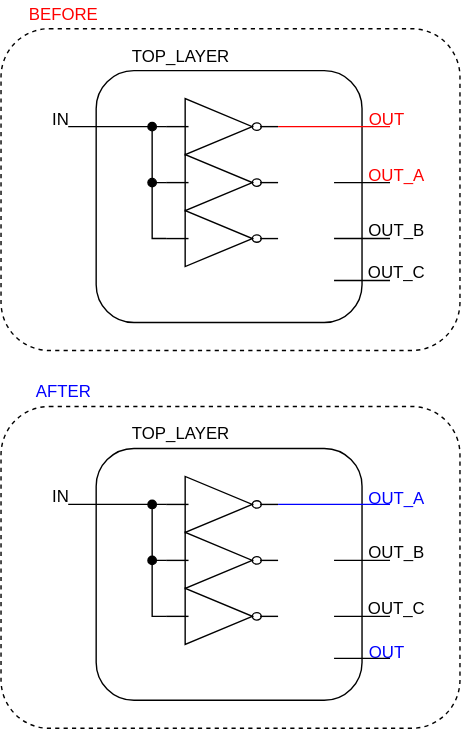
Above: figures/dark-mode/rewire_scripts/replace_port.drawio.svg in AlbertHansen/TripleModularRedundancyTool_developer_guide (draw.io), before the change. Source tidied: cells renumbered, new cells last; positions are measured from the earlier drawing's top-left corner, leaving out a move shared by most shapes.
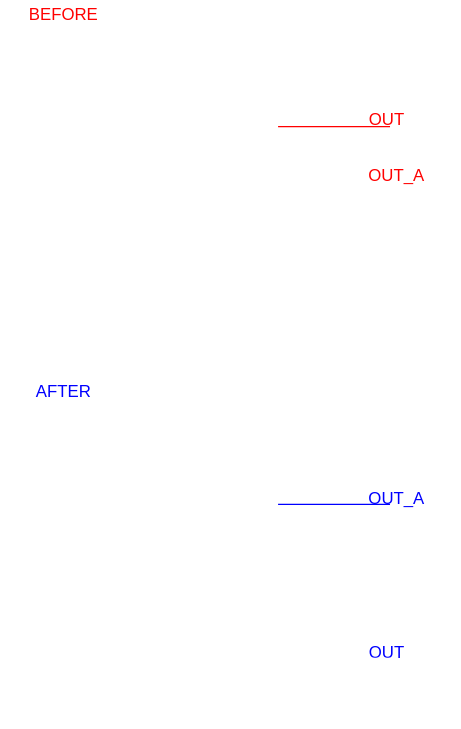
After the change.

What changed in the source:
```diff
@@ -2,35 +2,35 @@
   <root>
     <mxCell id="0" />
     <mxCell id="1" parent="0" />
-    <mxCell id="2" style="rounded=1;whiteSpace=wrap;fontColor=#FF0000;fillColor=none;dashed=1;" parent="1" vertex="1">
+    <mxCell id="2" style="rounded=1;whiteSpace=wrap;fontColor=#FF0000;fillColor=none;dashed=1;strokeColor=#FFFFFF;" parent="1" vertex="1">
       <mxGeometry y="20" width="328" height="230" as="geometry" />
     </mxCell>
-    <mxCell id="3" style="rounded=1;whiteSpace=wrap;fillColor=none;" parent="1" vertex="1">
+    <mxCell id="3" style="rounded=1;whiteSpace=wrap;fillColor=none;strokeColor=#FFFFFF;" parent="1" vertex="1">
       <mxGeometry x="68" y="50" width="190" height="180" as="geometry" />
     </mxCell>
-    <mxCell id="4" style="edgeStyle=orthogonalEdgeStyle;rounded=0;exitX=0;exitY=0.5;exitDx=0;exitDy=0;exitPerimeter=0;endArrow=oval;endFill=1;" parent="1" edge="1" source="5">
+    <mxCell id="4" style="edgeStyle=orthogonalEdgeStyle;rounded=0;exitX=0;exitY=0.5;exitDx=0;exitDy=0;exitPerimeter=0;endArrow=oval;endFill=1;strokeColor=#FFFFFF;" parent="1" edge="1" source="5">
       <mxGeometry relative="1" as="geometry">
         <mxPoint x="108" y="130" as="targetPoint" />
       </mxGeometry>
     </mxCell>
-    <mxCell id="5" style="verticalLabelPosition=bottom;shadow=0;dashed=0;align=center;verticalAlign=top;shape=mxgraph.electrical.logic_gates.inverter_2;fillColor=none;" parent="1" vertex="1">
+    <mxCell id="5" style="verticalLabelPosition=bottom;shadow=0;dashed=0;align=center;verticalAlign=top;shape=mxgraph.electrical.logic_gates.inverter_2;fillColor=none;strokeColor=#FFFFFF;" parent="1" vertex="1">
       <mxGeometry x="118" y="150" width="80" height="40" as="geometry" />
     </mxCell>
-    <mxCell id="6" style="edgeStyle=orthogonalEdgeStyle;exitX=0;exitY=0.5;exitDx=0;exitDy=0;exitPerimeter=0;rounded=0;endArrow=oval;endFill=1;" parent="1" edge="1" source="7">
+    <mxCell id="6" style="edgeStyle=orthogonalEdgeStyle;exitX=0;exitY=0.5;exitDx=0;exitDy=0;exitPerimeter=0;rounded=0;endArrow=oval;endFill=1;strokeColor=#FFFFFF;" parent="1" edge="1" source="7">
       <mxGeometry relative="1" as="geometry">
         <mxPoint x="108" y="90" as="targetPoint" />
       </mxGeometry>
     </mxCell>
-    <mxCell id="7" style="verticalLabelPosition=bottom;shadow=0;dashed=0;align=center;verticalAlign=top;shape=mxgraph.electrical.logic_gates.inverter_2;fillColor=none;" parent="1" vertex="1">
+    <mxCell id="7" style="verticalLabelPosition=bottom;shadow=0;dashed=0;align=center;verticalAlign=top;shape=mxgraph.electrical.logic_gates.inverter_2;fillColor=none;strokeColor=#FFFFFF;" parent="1" vertex="1">
       <mxGeometry x="118" y="110" width="80" height="40" as="geometry" />
     </mxCell>
-    <mxCell id="8" style="verticalLabelPosition=bottom;shadow=0;dashed=0;align=center;verticalAlign=top;shape=mxgraph.electrical.logic_gates.inverter_2;fillColor=none;" parent="1" vertex="1">
+    <mxCell id="8" style="verticalLabelPosition=bottom;shadow=0;dashed=0;align=center;verticalAlign=top;shape=mxgraph.electrical.logic_gates.inverter_2;fillColor=none;strokeColor=#FFFFFF;" parent="1" vertex="1">
       <mxGeometry x="118" y="70" width="80" height="40" as="geometry" />
     </mxCell>
-    <mxCell id="9" value="TOP_LAYER" style="text;strokeColor=none;fillColor=none;align=left;verticalAlign=middle;spacingLeft=4;spacingRight=4;overflow=hidden;whiteSpace=wrap;" parent="1" vertex="1">
+    <mxCell id="9" value="TOP_LAYER" style="text;strokeColor=none;fillColor=none;align=left;verticalAlign=middle;spacingLeft=4;spacingRight=4;overflow=hidden;whiteSpace=wrap;fontColor=#FFFFFF;" parent="1" vertex="1">
       <mxGeometry x="88" y="30" width="80" height="20" as="geometry" />
     </mxCell>
-    <mxCell id="10" style="endArrow=none;entryX=0;entryY=0.5;entryDx=0;entryDy=0;entryPerimeter=0;" parent="1" edge="1" target="8">
+    <mxCell id="10" style="endArrow=none;entryX=0;entryY=0.5;entryDx=0;entryDy=0;entryPerimeter=0;strokeColor=#FFFFFF;" parent="1" edge="1" target="8">
       <mxGeometry relative="1" as="geometry">
         <mxPoint x="48" y="90" as="sourcePoint" />
       </mxGeometry>
@@ -41,13 +41,13 @@
         <mxPoint x="278" y="90" as="targetPoint" />
       </mxGeometry>
     </mxCell>
-    <mxCell id="12" style="endArrow=none;" parent="1" edge="1">
+    <mxCell id="12" style="endArrow=none;strokeColor=#FFFFFF;" parent="1" edge="1">
       <mxGeometry relative="1" as="geometry">
         <mxPoint x="238" y="130" as="sourcePoint" />
         <mxPoint x="278" y="130" as="targetPoint" />
       </mxGeometry>
     </mxCell>
-    <mxCell id="13" style="endArrow=none;" parent="1" edge="1">
+    <mxCell id="13" style="endArrow=none;strokeColor=#FFFFFF;" parent="1" edge="1">
       <mxGeometry relative="1" as="geometry">
         <mxPoint x="238" y="170" as="sourcePoint" />
         <mxPoint x="278" y="170" as="targetPoint" />
@@ -56,19 +56,19 @@
     <mxCell id="14" value="OUT_A" style="text;strokeColor=none;fillColor=none;align=center;verticalAlign=middle;whiteSpace=wrap;rounded=0;fontColor=#FF0000;" parent="1" vertex="1">
       <mxGeometry x="258" y="120" width="50" height="10" as="geometry" />
     </mxCell>
-    <mxCell id="15" value="OUT_B" style="text;strokeColor=none;fillColor=none;align=center;verticalAlign=middle;whiteSpace=wrap;rounded=0;" parent="1" vertex="1">
+    <mxCell id="15" value="OUT_B" style="text;strokeColor=none;fillColor=none;align=center;verticalAlign=middle;whiteSpace=wrap;rounded=0;fontColor=#FFFFFF;" parent="1" vertex="1">
       <mxGeometry x="258" y="160" width="50" height="10" as="geometry" />
     </mxCell>
-    <mxCell id="16" value="OUT_C" style="text;strokeColor=none;fillColor=none;align=center;verticalAlign=middle;whiteSpace=wrap;rounded=0;" parent="1" vertex="1">
+    <mxCell id="16" value="OUT_C" style="text;strokeColor=none;fillColor=none;align=center;verticalAlign=middle;whiteSpace=wrap;rounded=0;fontColor=#FFFFFF;" parent="1" vertex="1">
       <mxGeometry x="258" y="190" width="50" height="10" as="geometry" />
     </mxCell>
-    <mxCell id="17" value="IN" style="text;strokeColor=none;fillColor=none;align=center;verticalAlign=middle;whiteSpace=wrap;rounded=0;" parent="1" vertex="1">
+    <mxCell id="17" value="IN" style="text;strokeColor=none;fillColor=none;align=center;verticalAlign=middle;whiteSpace=wrap;rounded=0;fontColor=#FFFFFF;" parent="1" vertex="1">
       <mxGeometry x="28" y="80" width="30" height="10" as="geometry" />
     </mxCell>
     <mxCell id="18" value="BEFORE" style="text;strokeColor=none;fillColor=none;align=center;verticalAlign=middle;whiteSpace=wrap;rounded=0;dashed=1;fontColor=#FF0000;" parent="1" vertex="1">
       <mxGeometry x="15" width="60" height="20" as="geometry" />
     </mxCell>
-    <mxCell id="19" style="endArrow=none;" parent="1" edge="1">
+    <mxCell id="19" style="endArrow=none;strokeColor=#FFFFFF;" parent="1" edge="1">
       <mxGeometry relative="1" as="geometry">
         <mxPoint x="238" y="200" as="sourcePoint" />
         <mxPoint x="278" y="200" as="targetPoint" />
@@ -77,35 +77,35 @@
     <mxCell id="20" value="OUT" style="text;strokeColor=none;fillColor=none;align=center;verticalAlign=middle;whiteSpace=wrap;rounded=0;fontColor=#FF0000;" parent="1" vertex="1">
       <mxGeometry x="261" y="80" width="30" height="10" as="geometry" />
     </mxCell>
-    <mxCell id="21" style="rounded=1;whiteSpace=wrap;fontColor=#FF0000;fillColor=none;dashed=1;" parent="1" vertex="1">
+    <mxCell id="21" style="rounded=1;whiteSpace=wrap;fontColor=#FF0000;fillColor=none;dashed=1;strokeColor=#FFFFFF;" parent="1" vertex="1">
       <mxGeometry y="290" width="328" height="230" as="geometry" />
     </mxCell>
-    <mxCell id="22" style="rounded=1;whiteSpace=wrap;fillColor=none;" parent="1" vertex="1">
+    <mxCell id="22" style="rounded=1;whiteSpace=wrap;fillColor=none;strokeColor=#FFFFFF;" parent="1" vertex="1">
       <mxGeometry x="68" y="320" width="190" height="180" as="geometry" />
     </mxCell>
-    <mxCell id="23" style="edgeStyle=orthogonalEdgeStyle;rounded=0;exitX=0;exitY=0.5;exitDx=0;exitDy=0;exitPerimeter=0;endArrow=oval;endFill=1;" parent="1" edge="1" source="24">
+    <mxCell id="23" style="edgeStyle=orthogonalEdgeStyle;rounded=0;exitX=0;exitY=0.5;exitDx=0;exitDy=0;exitPerimeter=0;endArrow=oval;endFill=1;fontColor=#FFFFFF;strokeColor=#FFFFFF;" parent="1" edge="1" source="24">
       <mxGeometry relative="1" as="geometry">
         <mxPoint x="108" y="400" as="targetPoint" />
       </mxGeometry>
     </mxCell>
-    <mxCell id="24" style="verticalLabelPosition=bottom;shadow=0;dashed=0;align=center;verticalAlign=top;shape=mxgraph.electrical.logic_gates.inverter_2;fillColor=none;" parent="1" vertex="1">
+    <mxCell id="24" style="verticalLabelPosition=bottom;shadow=0;dashed=0;align=center;verticalAlign=top;shape=mxgraph.electrical.logic_gates.inverter_2;fillColor=none;strokeColor=#FFFFFF;" parent="1" vertex="1">
       <mxGeometry x="118" y="420" width="80" height="40" as="geometry" />
     </mxCell>
-    <mxCell id="25" style="edgeStyle=orthogonalEdgeStyle;exitX=0;exitY=0.5;exitDx=0;exitDy=0;exitPerimeter=0;rounded=0;endArrow=oval;endFill=1;" parent="1" edge="1" source="26">
+    <mxCell id="25" style="edgeStyle=orthogonalEdgeStyle;exitX=0;exitY=0.5;exitDx=0;exitDy=0;exitPerimeter=0;rounded=0;endArrow=oval;endFill=1;fontColor=#FFFFFF;strokeColor=#FFFFFF;" parent="1" edge="1" source="26">
       <mxGeometry relative="1" as="geometry">
         <mxPoint x="108" y="360" as="targetPoint" />
       </mxGeometry>
     </mxCell>
-    <mxCell id="26" style="verticalLabelPosition=bottom;shadow=0;dashed=0;align=center;verticalAlign=top;shape=mxgraph.electrical.logic_gates.inverter_2;fillColor=none;" parent="1" vertex="1">
+    <mxCell id="26" style="verticalLabelPosition=bottom;shadow=0;dashed=0;align=center;verticalAlign=top;shape=mxgraph.electrical.logic_gates.inverter_2;fillColor=none;fontColor=#FFFFFF;strokeColor=#FFFFFF;" parent="1" vertex="1">
       <mxGeometry x="118" y="380" width="80" height="40" as="geometry" />
     </mxCell>
-    <mxCell id="27" style="verticalLabelPosition=bottom;shadow=0;dashed=0;align=center;verticalAlign=top;shape=mxgraph.electrical.logic_gates.inverter_2;fillColor=none;" parent="1" vertex="1">
+    <mxCell id="27" style="verticalLabelPosition=bottom;shadow=0;dashed=0;align=center;verticalAlign=top;shape=mxgraph.electrical.logic_gates.inverter_2;fillColor=none;fontColor=#FFFFFF;strokeColor=#FFFFFF;" parent="1" vertex="1">
       <mxGeometry x="118" y="340" width="80" height="40" as="geometry" />
     </mxCell>
-    <mxCell id="28" value="TOP_LAYER" style="text;strokeColor=none;fillColor=none;align=left;verticalAlign=middle;spacingLeft=4;spacingRight=4;overflow=hidden;whiteSpace=wrap;" parent="1" vertex="1">
+    <mxCell id="28" value="TOP_LAYER" style="text;strokeColor=none;fillColor=none;align=left;verticalAlign=middle;spacingLeft=4;spacingRight=4;overflow=hidden;whiteSpace=wrap;fontColor=#FFFFFF;" parent="1" vertex="1">
       <mxGeometry x="88" y="300" width="80" height="20" as="geometry" />
     </mxCell>
-    <mxCell id="29" style="endArrow=none;entryX=0;entryY=0.5;entryDx=0;entryDy=0;entryPerimeter=0;" parent="1" edge="1" target="27">
+    <mxCell id="29" style="endArrow=none;entryX=0;entryY=0.5;entryDx=0;entryDy=0;entryPerimeter=0;fontColor=#FFFFFF;strokeColor=#FFFFFF;" parent="1" edge="1" target="27">
       <mxGeometry relative="1" as="geometry">
         <mxPoint x="48" y="360" as="sourcePoint" />
       </mxGeometry>
@@ -116,13 +116,13 @@
         <mxPoint x="278" y="360" as="targetPoint" />
       </mxGeometry>
     </mxCell>
-    <mxCell id="31" style="endArrow=none;" parent="1" edge="1">
+    <mxCell id="31" style="endArrow=none;strokeColor=#FFFFFF;" parent="1" edge="1">
       <mxGeometry relative="1" as="geometry">
         <mxPoint x="238" y="400" as="sourcePoint" />
         <mxPoint x="278" y="400" as="targetPoint" />
       </mxGeometry>
     </mxCell>
-    <mxCell id="32" style="endArrow=none;" parent="1" edge="1">
+    <mxCell id="32" style="endArrow=none;strokeColor=#FFFFFF;" parent="1" edge="1">
       <mxGeometry relative="1" as="geometry">
         <mxPoint x="238" y="440" as="sourcePoint" />
         <mxPoint x="278" y="440" as="targetPoint" />
@@ -131,25 +131,25 @@
     <mxCell id="33" value="OUT_A" style="text;strokeColor=none;fillColor=none;align=center;verticalAlign=middle;rounded=0;fontColor=#0000FF;" parent="1" vertex="1">
       <mxGeometry x="258" y="350" width="50" height="10" as="geometry" />
     </mxCell>
-    <mxCell id="34" value="OUT_B" style="text;strokeColor=none;fillColor=none;align=center;verticalAlign=middle;whiteSpace=wrap;rounded=0;" parent="1" vertex="1">
+    <mxCell id="34" value="OUT_B" style="text;strokeColor=none;fillColor=none;align=center;verticalAlign=middle;whiteSpace=wrap;rounded=0;fontColor=#FFFFFF;" parent="1" vertex="1">
       <mxGeometry x="258" y="390" width="50" height="10" as="geometry" />
     </mxCell>
     <mxCell id="35" value="OUT" style="text;strokeColor=none;fillColor=none;align=center;verticalAlign=middle;rounded=0;fontColor=#0000FF;" parent="1" vertex="1">
       <mxGeometry x="261" y="460" width="30" height="10" as="geometry" />
     </mxCell>
-    <mxCell id="36" value="IN" style="text;strokeColor=none;fillColor=none;align=center;verticalAlign=middle;whiteSpace=wrap;rounded=0;" parent="1" vertex="1">
+    <mxCell id="36" value="IN" style="text;strokeColor=none;fillColor=none;align=center;verticalAlign=middle;whiteSpace=wrap;rounded=0;fontColor=#FFFFFF;" parent="1" vertex="1">
       <mxGeometry x="28" y="350" width="30" height="10" as="geometry" />
     </mxCell>
     <mxCell id="37" value="AFTER" style="text;strokeColor=none;fillColor=none;align=center;verticalAlign=middle;whiteSpace=wrap;rounded=0;dashed=1;fontColor=#0000FF;" parent="1" vertex="1">
       <mxGeometry x="15" y="270" width="60" height="20" as="geometry" />
     </mxCell>
-    <mxCell id="38" style="endArrow=none;" parent="1" edge="1">
+    <mxCell id="38" style="endArrow=none;strokeColor=#FFFFFF;" parent="1" edge="1">
       <mxGeometry relative="1" as="geometry">
         <mxPoint x="238" y="470" as="sourcePoint" />
         <mxPoint x="278" y="470" as="targetPoint" />
       </mxGeometry>
     </mxCell>
-    <mxCell id="39" value="OUT_C" style="text;strokeColor=none;fillColor=none;align=center;verticalAlign=middle;whiteSpace=wrap;rounded=0;" parent="1" vertex="1">
+    <mxCell id="39" value="OUT_C" style="text;strokeColor=none;fillColor=none;align=center;verticalAlign=middle;whiteSpace=wrap;rounded=0;fontColor=#FFFFFF;" parent="1" vertex="1">
       <mxGeometry x="258" y="430" width="50" height="10" as="geometry" />
     </mxCell>
   </root>
```
